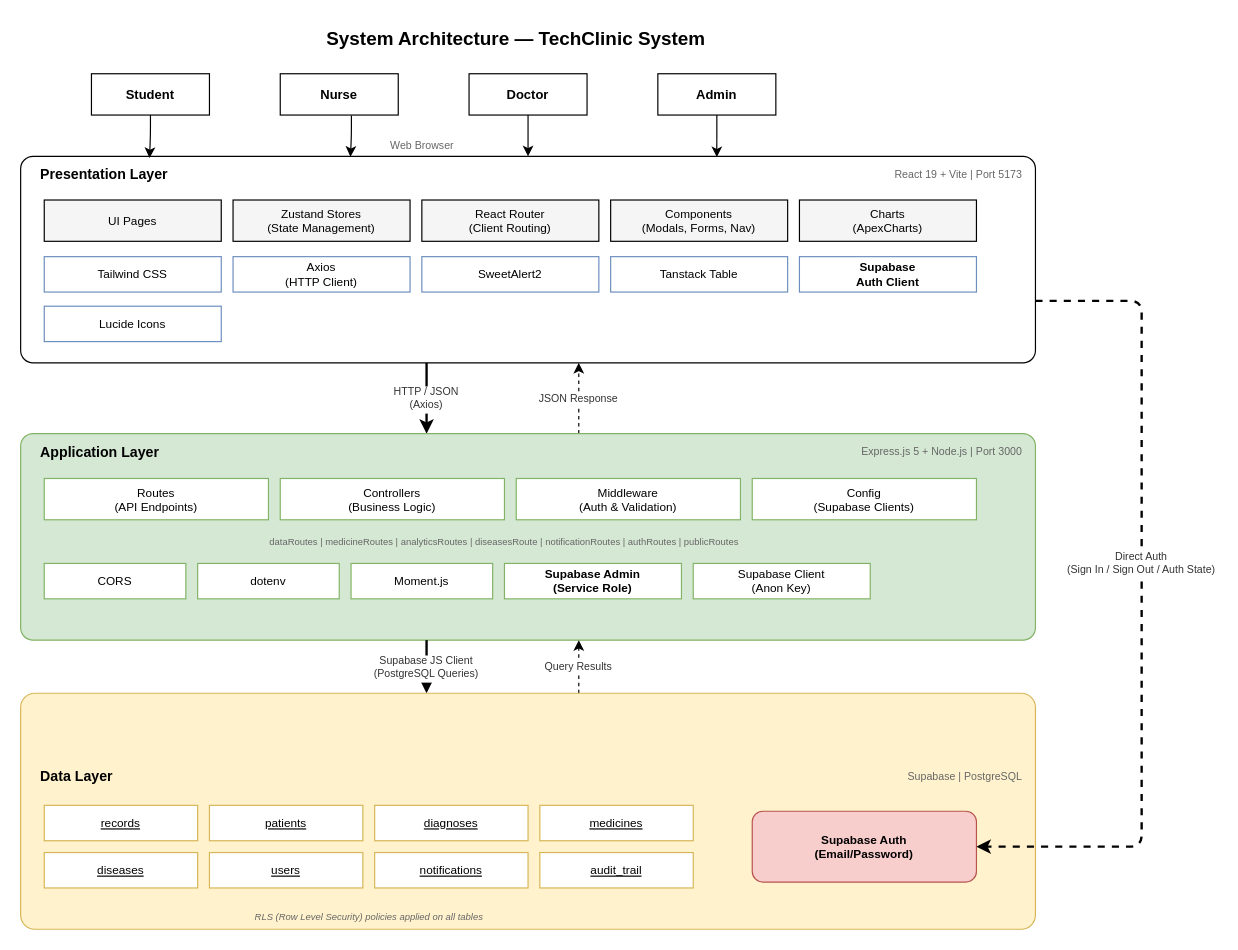
Before: docs/system-architecture/System-Architecture.drawio in KarlBautista/techlinic-system, a draw.io diagram. Source tidied: cells renumbered, new cells numbered last; positions are measured from the earlier drawing's top-left corner, leaving out a move shared by most shapes. Both pictures are drawn from the tidied source at 118%, with x=0, y=0 at pixel (20, 20).
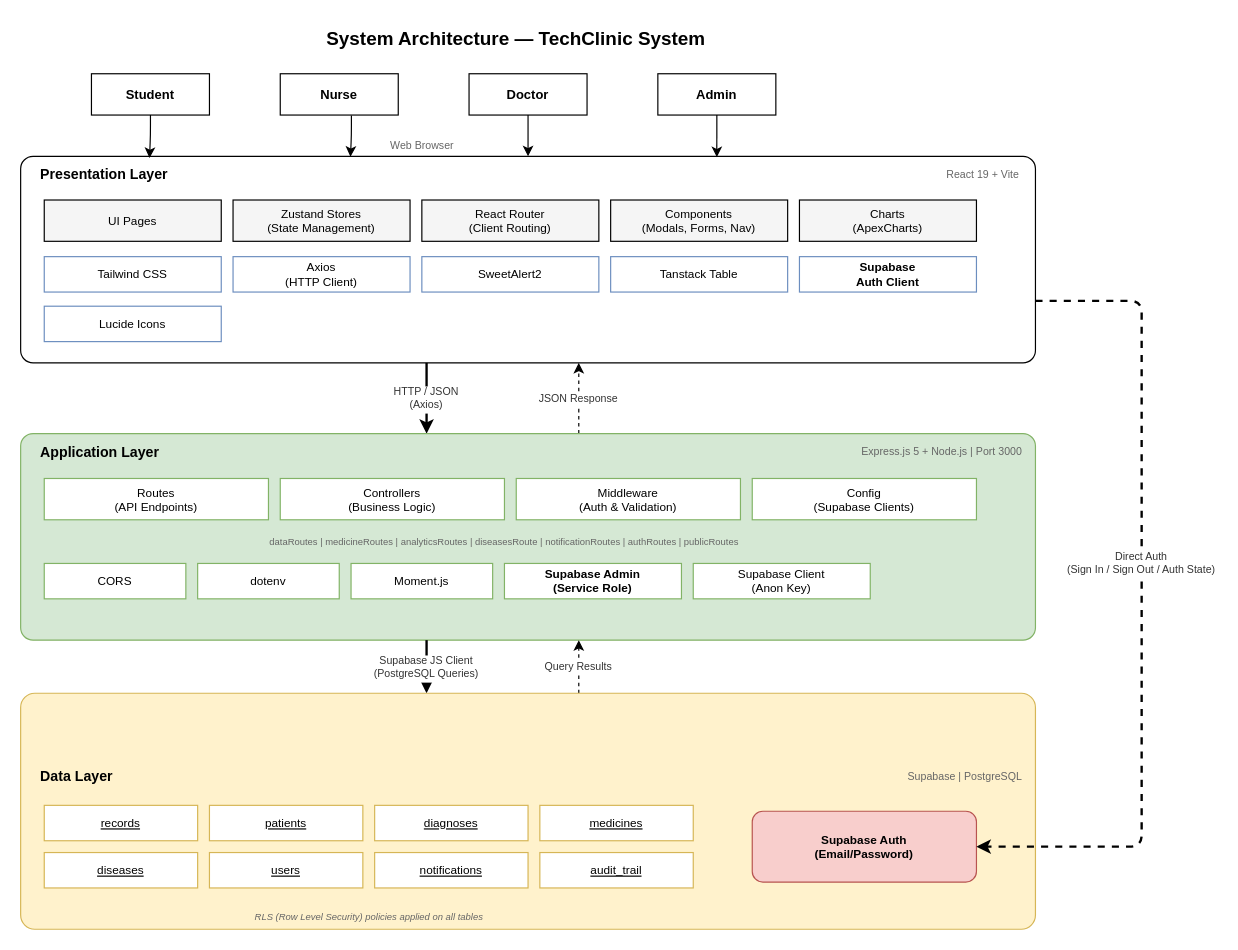
Above is the later version.

Commit message (it also covers changes not shown here):
Add site map documentation and diagrams for TechClinic system

Change to the diagram source:
```diff
@@
-    <mxCell id="10" value="React 19 + Vite  |  Port 5173" style="text;html=1;strokeColor=none;fillColor=none;align=right;verticalAlign=middle;fontSize=9;fontColor=#666666;" parent="1" vertex="1">
+    <mxCell id="10" value="React 19 + Vite&amp;nbsp;" style="text;html=1;strokeColor=none;fillColor=none;align=right;verticalAlign=middle;fontSize=9;fontColor=#666666;" parent="1" vertex="1">
       <mxGeometry x="570" y="118" width="280" height="25" as="geometry" />
     </mxCell>
```
